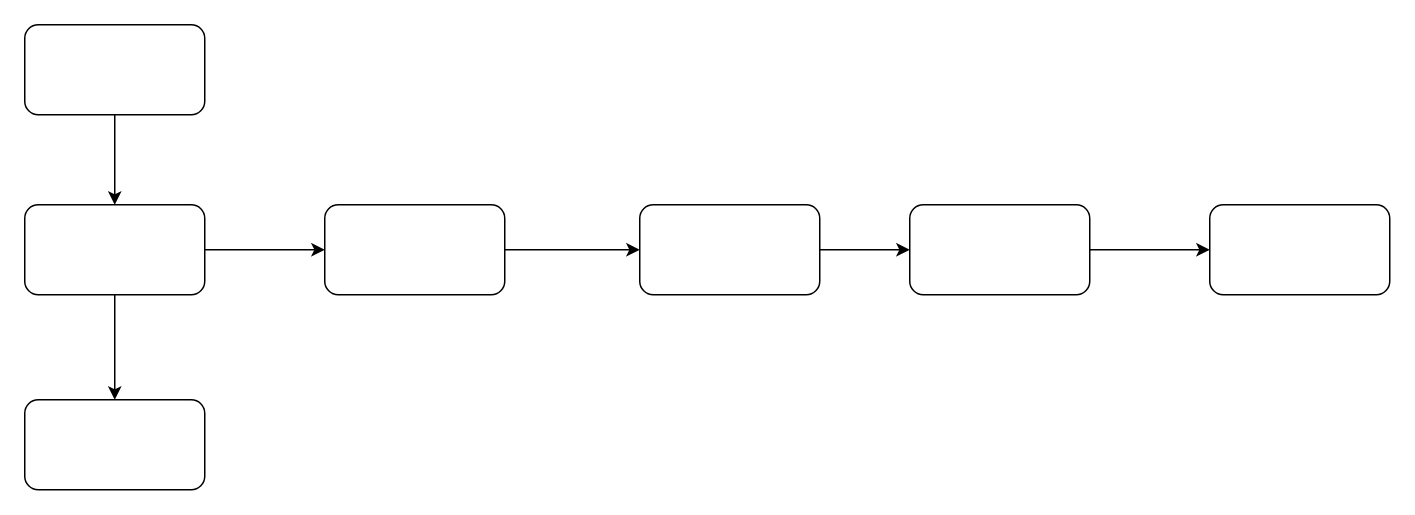
This is flowchart001.drawio from cjaack2/Images_Repository, a draw.io file, before an edit. Source tidied: cells renumbered, new cells numbered last; positions are measured from the earlier drawing's top-left corner, leaving out a move shared by most shapes. Both pictures are drawn from the tidied source at 150%, with x=0, y=0 at pixel (24, 24).
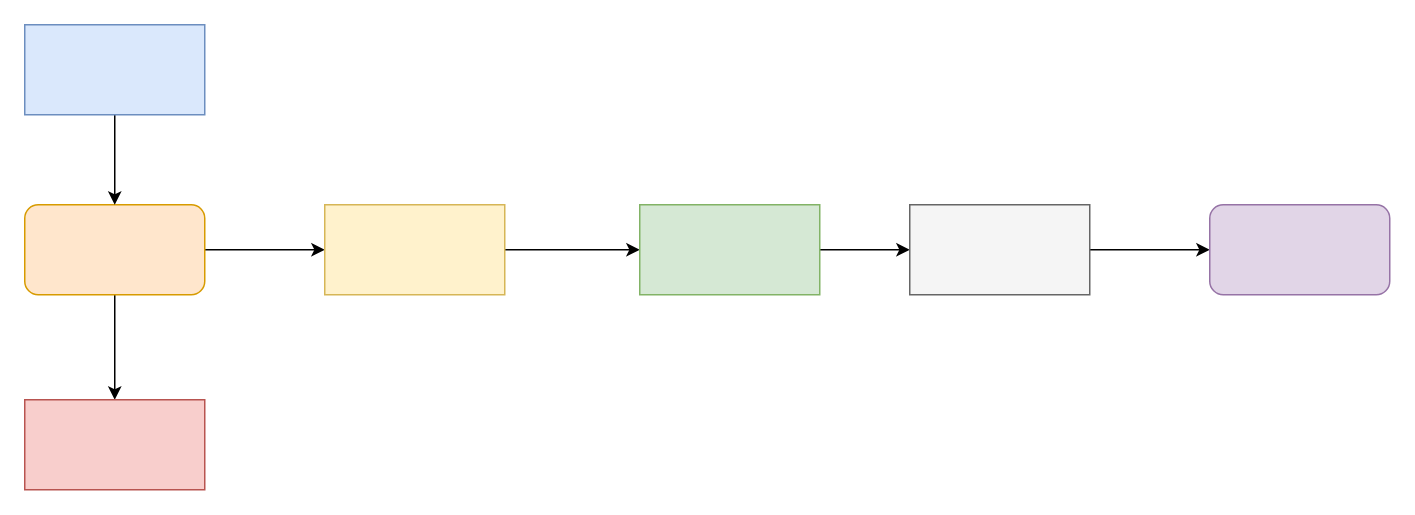
The same diagram, later.

What changed in the source:
```diff
@@
 <mxGraphModel>
   <root>
     <mxCell id="0" />
     <mxCell id="1" parent="0" />
     <mxCell id="2" style="edgeStyle=orthogonalEdgeStyle;rounded=0;jettySize=auto;html=1;exitX=1;exitY=0.5;exitDx=0;exitDy=0;entryX=0;entryY=0.5;entryDx=0;entryDy=0;" parent="1" edge="1" source="4" target="6">
       <mxGeometry relative="1" as="geometry" />
     </mxCell>
     <mxCell id="3" style="edgeStyle=orthogonalEdgeStyle;rounded=0;jettySize=auto;html=1;" parent="1" edge="1" source="4" target="14">
       <mxGeometry relative="1" as="geometry" />
     </mxCell>
-    <mxCell id="4" style="rounded=1;whiteSpace=wrap;html=1;" parent="1" vertex="1">
+    <mxCell id="4" style="rounded=1;whiteSpace=wrap;html=1;fillColor=#ffe6cc;strokeColor=#d79b00;" parent="1" vertex="1">
       <mxGeometry y="120" width="120" height="60" as="geometry" />
     </mxCell>
     <mxCell id="5" style="edgeStyle=orthogonalEdgeStyle;rounded=0;jettySize=auto;html=1;exitX=1;exitY=0.5;exitDx=0;exitDy=0;entryX=0;entryY=0.5;entryDx=0;entryDy=0;" parent="1" edge="1" source="6" target="8">
       <mxGeometry relative="1" as="geometry" />
     </mxCell>
-    <mxCell id="6" style="rounded=1;whiteSpace=wrap;html=1;" parent="1" vertex="1">
+    <mxCell id="6" style="rounded=0;whiteSpace=wrap;html=1;fillColor=#fff2cc;strokeColor=#d6b656;" parent="1" vertex="1">
       <mxGeometry x="200" y="120" width="120" height="60" as="geometry" />
     </mxCell>
     <mxCell id="7" style="edgeStyle=orthogonalEdgeStyle;rounded=0;jettySize=auto;html=1;entryX=0;entryY=0.5;entryDx=0;entryDy=0;" parent="1" edge="1" source="8" target="10">
       <mxGeometry relative="1" as="geometry" />
     </mxCell>
-    <mxCell id="8" style="rounded=1;whiteSpace=wrap;html=1;" parent="1" vertex="1">
+    <mxCell id="8" style="rounded=0;whiteSpace=wrap;html=1;fillColor=#d5e8d4;strokeColor=#82b366;" parent="1" vertex="1">
       <mxGeometry x="410" y="120" width="120" height="60" as="geometry" />
     </mxCell>
     <mxCell id="9" style="edgeStyle=orthogonalEdgeStyle;rounded=0;jettySize=auto;html=1;exitX=1;exitY=0.5;exitDx=0;exitDy=0;entryX=0;entryY=0.5;entryDx=0;entryDy=0;" parent="1" edge="1" source="10" target="11">
       <mxGeometry relative="1" as="geometry" />
     </mxCell>
-    <mxCell id="10" style="rounded=1;whiteSpace=wrap;html=1;" parent="1" vertex="1">
+    <mxCell id="10" style="rounded=0;whiteSpace=wrap;html=1;fillColor=#f5f5f5;strokeColor=#666666;fontColor=#333333;" parent="1" vertex="1">
       <mxGeometry x="590" y="120" width="120" height="60" as="geometry" />
     </mxCell>
-    <mxCell id="11" style="rounded=1;whiteSpace=wrap;html=1;" parent="1" vertex="1">
+    <mxCell id="11" style="rounded=1;whiteSpace=wrap;html=1;fillColor=#e1d5e7;strokeColor=#9673a6;" parent="1" vertex="1">
       <mxGeometry x="790" y="120" width="120" height="60" as="geometry" />
     </mxCell>
     <mxCell id="12" style="edgeStyle=orthogonalEdgeStyle;rounded=0;jettySize=auto;html=1;exitX=0.5;exitY=1;exitDx=0;exitDy=0;entryX=0.5;entryY=0;entryDx=0;entryDy=0;" parent="1" edge="1" source="13" target="4">
       <mxGeometry relative="1" as="geometry" />
     </mxCell>
-    <mxCell id="13" style="rounded=1;whiteSpace=wrap;html=1;" parent="1" vertex="1">
+    <mxCell id="13" style="rounded=0;whiteSpace=wrap;html=1;fillColor=#dae8fc;strokeColor=#6c8ebf;" parent="1" vertex="1">
       <mxGeometry width="120" height="60" as="geometry" />
     </mxCell>
-    <mxCell id="14" style="rounded=1;whiteSpace=wrap;html=1;" parent="1" vertex="1">
+    <mxCell id="14" style="rounded=0;whiteSpace=wrap;html=1;fillColor=#f8cecc;strokeColor=#b85450;" parent="1" vertex="1">
       <mxGeometry y="250" width="120" height="60" as="geometry" />
     </mxCell>
   </root>
 </mxGraphModel>
```
